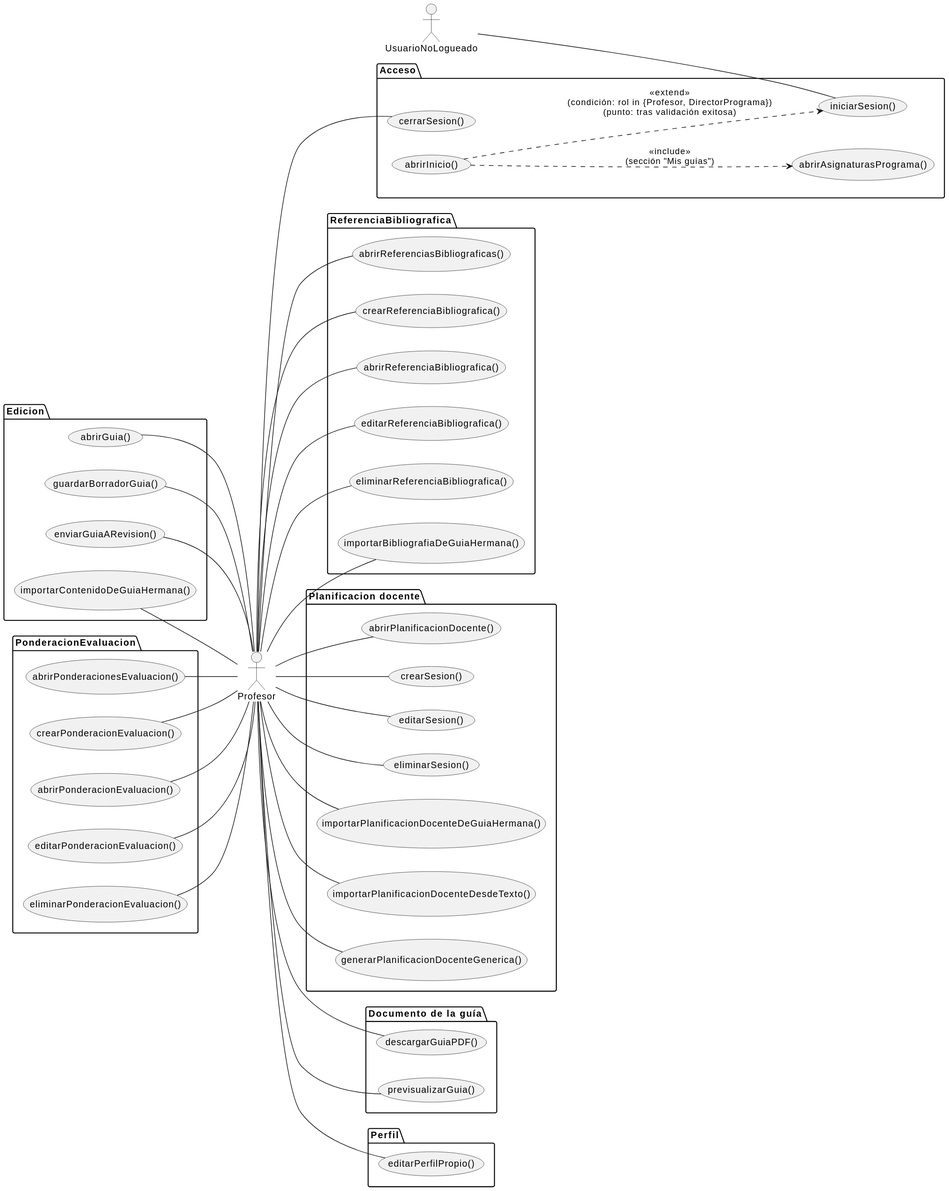
mmasias/pyCeldaPublico keeps this PlantUML diagram as images/RUP/01-requisitos/01-actores-casos-uso/actoresCasosUsoProfesor.svg. Above is the earlier version.
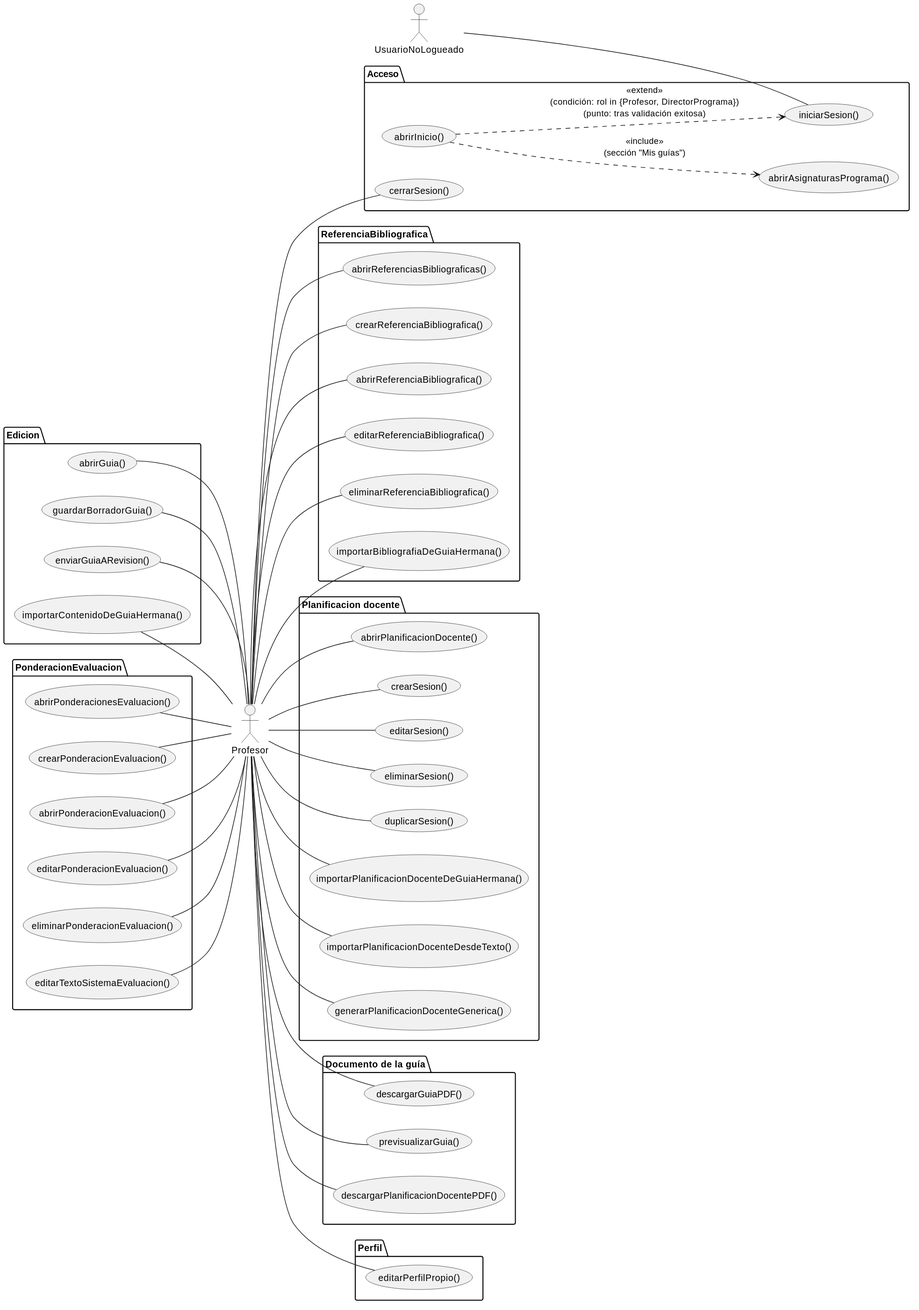
Above is the later version.

Change to the diagram source:
```diff
@@ -30,6 +30,7 @@
   usecase abrirPonderacionEvaluacion as "abrirPonderacionEvaluacion()"
   usecase editarPonderacionEvaluacion as "editarPonderacionEvaluacion()"
   usecase eliminarPonderacionEvaluacion as "eliminarPonderacionEvaluacion()"
+  usecase editarTextoSistemaEvaluacion as "editarTextoSistemaEvaluacion()"
 }
 
 package ReferenciaBibliografica {
@@ -46,6 +47,7 @@
   usecase crearSesion as "crearSesion()"
   usecase editarSesion as "editarSesion()"
   usecase eliminarSesion as "eliminarSesion()"
+  usecase duplicarSesion as "duplicarSesion()"
   usecase importarPlanificacionDocenteDeGuiaHermana as "importarPlanificacionDocenteDeGuiaHermana()"
   usecase importarPlanificacionDocenteDesdeTexto as "importarPlanificacionDocenteDesdeTexto()"
   usecase generarPlanificacionDocenteGenerica as "generarPlanificacionDocenteGenerica()"
@@ -54,6 +56,7 @@
 package "Documento de la guía" {
   usecase descargarGuiaPDF as "descargarGuiaPDF()"
   usecase previsualizarGuia as "previsualizarGuia()"
+  usecase descargarPlanificacionDocentePDF as "descargarPlanificacionDocentePDF()"
 }
 
 package Perfil {
@@ -69,12 +72,14 @@
 
 Profesor -- descargarGuiaPDF
 Profesor -- previsualizarGuia
+Profesor -- descargarPlanificacionDocentePDF
 
 abrirPonderacionesEvaluacion -- Profesor
 crearPonderacionEvaluacion -- Profesor
 abrirPonderacionEvaluacion -- Profesor
 editarPonderacionEvaluacion -- Profesor
 eliminarPonderacionEvaluacion -- Profesor
+editarTextoSistemaEvaluacion -- Profesor
 
 Profesor -- abrirReferenciasBibliograficas
 Profesor -- crearReferenciaBibliografica
@@ -87,6 +92,7 @@
 Profesor -- crearSesion
 Profesor -- editarSesion
 Profesor -- eliminarSesion
+Profesor -- duplicarSesion
 Profesor -- importarPlanificacionDocenteDeGuiaHermana
 Profesor -- importarPlanificacionDocenteDesdeTexto
 Profesor -- generarPlanificacionDocenteGenerica
```
